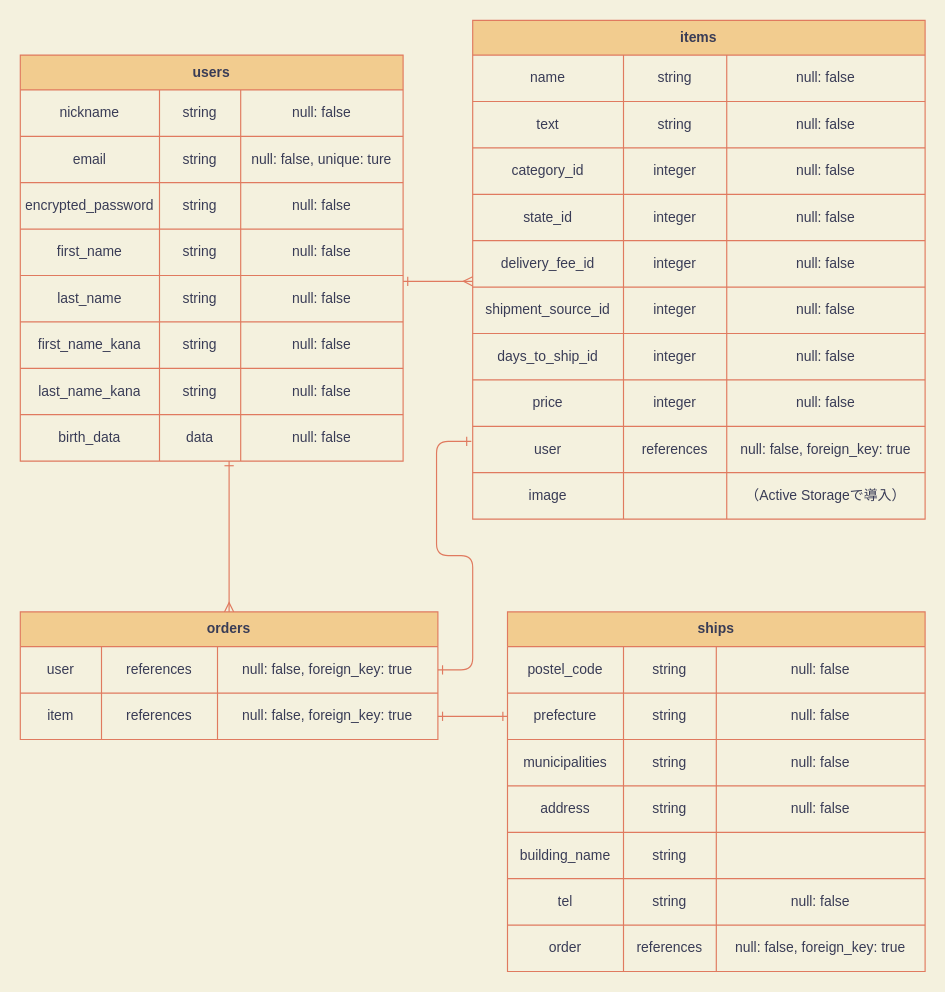
Above: ER.dio in MinnaHajimehaTamago/furima-323343 (draw.io), before the change. Source tidied: cells renumbered, new cells numbered last; positions are measured from the earlier drawing's top-left corner, leaving out a move shared by most shapes. Both pictures are drawn from the tidied source at 116%, with x=0, y=0 at pixel (20, 20).
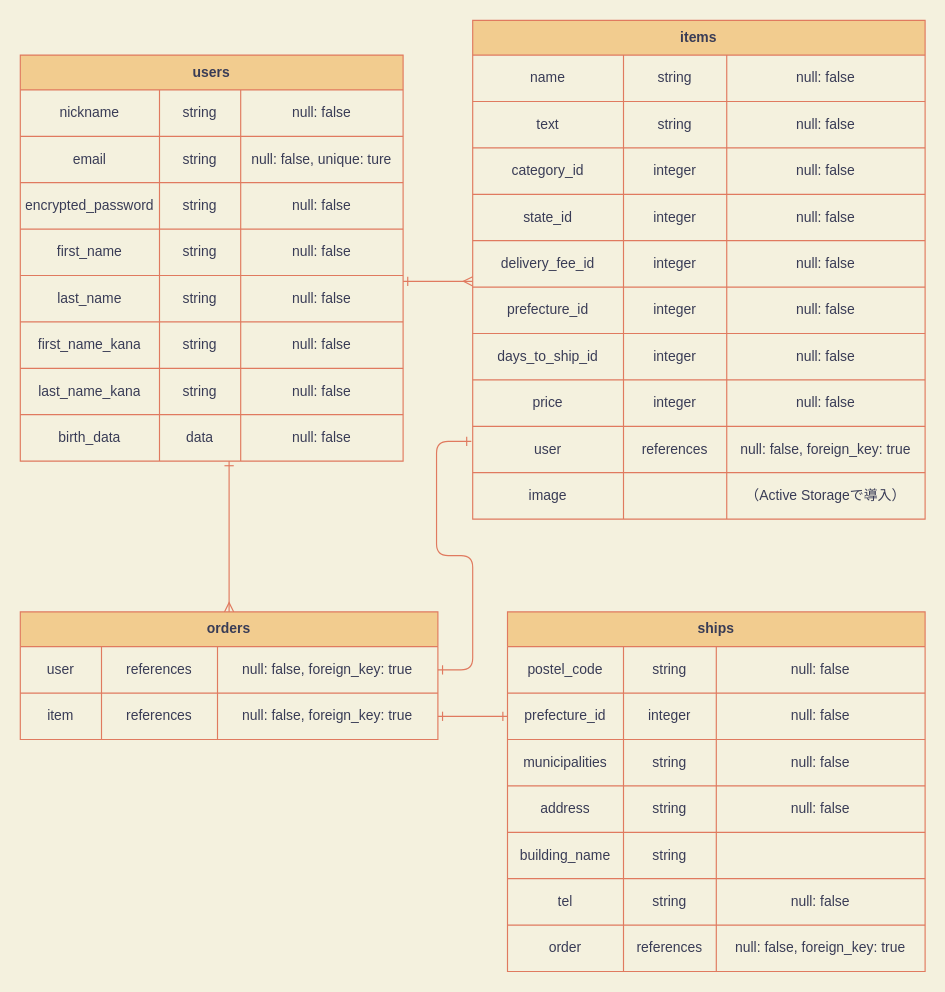
Above is the later version.

Commit message (it also covers changes not shown here):
データ型の修正、ER図修正

The change refers to these unchanged cells:
```xml
<mxCell id="58" style="shape=partialRectangle;html=1;whiteSpace=wrap;fillColor=none;top=0;left=0;bottom=0;right=0;fontColor=#393C56;strokeColor=#E07A5F;labelBackgroundColor=none;" parent="37" vertex="1">
  <mxGeometry y="230" width="390" height="40" as="geometry" />
</mxCell>
<mxCell id="93" style="shape=partialRectangle;html=1;whiteSpace=wrap;fillColor=none;top=0;left=0;bottom=0;right=0;points=[[0,0.5],[1,0.5]];portConstraint=eastwest;fontColor=#393C56;strokeColor=#E07A5F;labelBackgroundColor=none;" parent="88" vertex="1">
  <mxGeometry y="70" width="360" height="40" as="geometry" />
</mxCell>
```

Diff of the diagram source:
```diff
@@
-    <mxCell id="59" value="shipment_source_id" style="shape=partialRectangle;html=1;whiteSpace=wrap;fillColor=none;top=0;left=0;bottom=0;right=0;overflow=hidden;fontColor=#393C56;strokeColor=#E07A5F;labelBackgroundColor=none;" parent="58" vertex="1">
+    <mxCell id="59" value="prefecture_id" style="shape=partialRectangle;html=1;whiteSpace=wrap;fillColor=none;top=0;left=0;bottom=0;right=0;overflow=hidden;fontColor=#393C56;strokeColor=#E07A5F;labelBackgroundColor=none;" parent="58" vertex="1">
       <mxGeometry width="130" height="40" as="geometry" />
     </mxCell>
@@
-    <mxCell id="94" value="prefecture" style="shape=partialRectangle;html=1;whiteSpace=wrap;fillColor=none;top=0;left=0;bottom=0;right=0;overflow=hidden;fontColor=#393C56;strokeColor=#E07A5F;labelBackgroundColor=none;" parent="93" vertex="1">
+    <mxCell id="94" value="prefecture_id" style="shape=partialRectangle;html=1;whiteSpace=wrap;fillColor=none;top=0;left=0;bottom=0;right=0;overflow=hidden;fontColor=#393C56;strokeColor=#E07A5F;labelBackgroundColor=none;" parent="93" vertex="1">
       <mxGeometry width="100" height="40" as="geometry" />
     </mxCell>
-    <mxCell id="95" value="string" style="shape=partialRectangle;html=1;whiteSpace=wrap;fillColor=none;top=0;left=0;bottom=0;right=0;overflow=hidden;fontColor=#393C56;strokeColor=#E07A5F;labelBackgroundColor=none;" parent="93" vertex="1">
+    <mxCell id="95" value="integer" style="shape=partialRectangle;html=1;whiteSpace=wrap;fillColor=none;top=0;left=0;bottom=0;right=0;overflow=hidden;fontColor=#393C56;strokeColor=#E07A5F;labelBackgroundColor=none;" parent="93" vertex="1">
       <mxGeometry x="100" width="80" height="40" as="geometry" />
     </mxCell>
```
